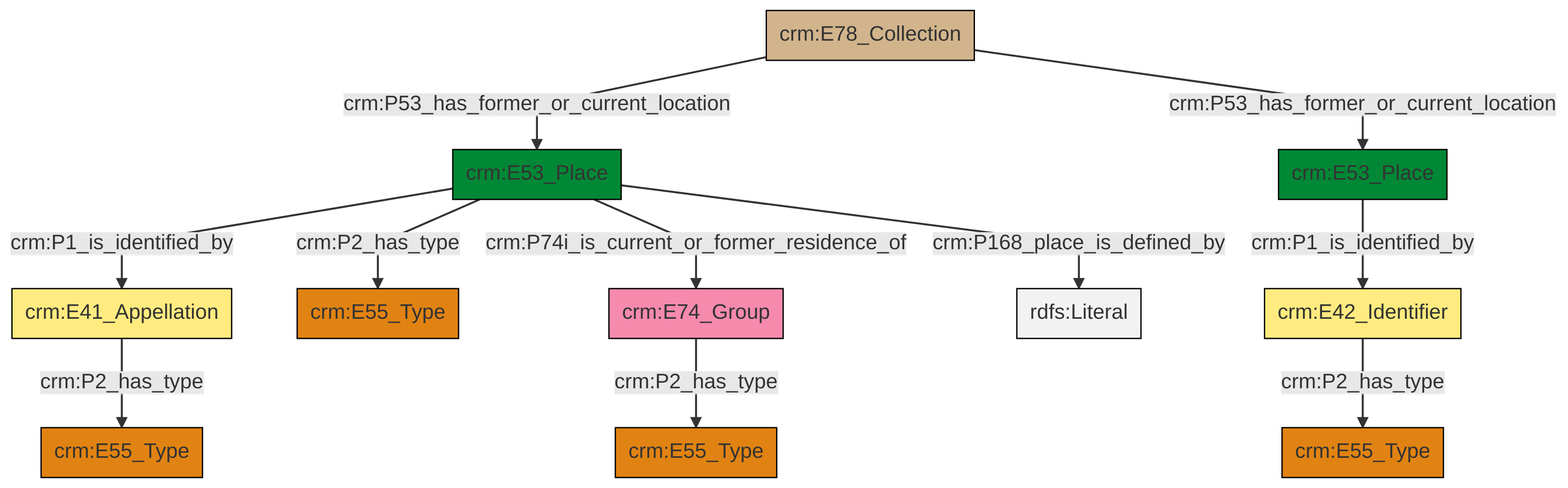
This is et/archivalCSV/ttl/mmd/png/archival_location.png from swiss-art-research-net/docs.swissartresearch, a Mermaid export, as it was before one commit. Its source is kept beside it as et/archivalCSV/ttl/mmd/archival_location.ttl.mmd.
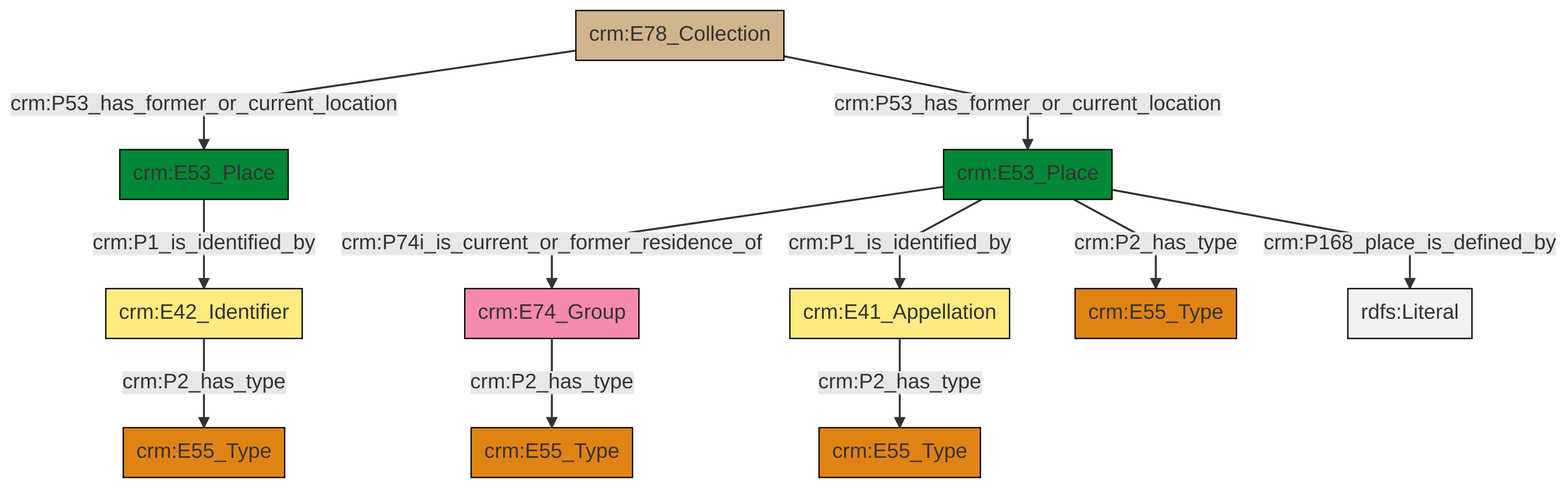
Above is the later version.

What changed in the source:
```diff
@@ -13,13 +13,13 @@
 classDef PC_Classes fill:#4ce600, stroke:#000000;
 classDef Multi fill:#cccccc,stroke:#000000;
 
-0["crm:E53_Place"]:::Place -->|crm:P1_is_identified_by| 1["crm:E42_Identifier"]:::Appellation
-8["crm:E74_Group"]:::Actor -->|crm:P2_has_type| 5["crm:E55_Type"]:::Type
-9["crm:E53_Place"]:::Place -->|crm:P168_place_is_defined_by| 10[rdfs:Literal]:::Literal
-11["crm:E78_Collection"]:::Physical_Thing -->|crm:P53_has_former_or_current_location| 9["crm:E53_Place"]:::Place
-9["crm:E53_Place"]:::Place -->|crm:P2_has_type| 2["crm:E55_Type"]:::Type
-9["crm:E53_Place"]:::Place -->|crm:P1_is_identified_by| 16["crm:E41_Appellation"]:::Appellation
-11["crm:E78_Collection"]:::Physical_Thing -->|crm:P53_has_former_or_current_location| 0["crm:E53_Place"]:::Place
-9["crm:E53_Place"]:::Place -->|crm:P74i_is_current_or_former_residence_of| 8["crm:E74_Group"]:::Actor
-16["crm:E41_Appellation"]:::Appellation -->|crm:P2_has_type| 17["crm:E55_Type"]:::Type
-1["crm:E42_Identifier"]:::Appellation -->|crm:P2_has_type| 12["crm:E55_Type"]:::Type
+2["crm:E41_Appellation"]:::Appellation -->|crm:P2_has_type| 3["crm:E55_Type"]:::Type
+4["crm:E42_Identifier"]:::Appellation -->|crm:P2_has_type| 0["crm:E55_Type"]:::Type
+5["crm:E78_Collection"]:::Physical_Thing -->|crm:P53_has_former_or_current_location| 6["crm:E53_Place"]:::Place
+7["crm:E53_Place"]:::Place -->|crm:P74i_is_current_or_former_residence_of| 8["crm:E74_Group"]:::Actor
+8["crm:E74_Group"]:::Actor -->|crm:P2_has_type| 9["crm:E55_Type"]:::Type
+7["crm:E53_Place"]:::Place -->|crm:P2_has_type| 14["crm:E55_Type"]:::Type
+6["crm:E53_Place"]:::Place -->|crm:P1_is_identified_by| 4["crm:E42_Identifier"]:::Appellation
+5["crm:E78_Collection"]:::Physical_Thing -->|crm:P53_has_former_or_current_location| 7["crm:E53_Place"]:::Place
+7["crm:E53_Place"]:::Place -->|crm:P168_place_is_defined_by| 20[rdfs:Literal]:::Literal
+7["crm:E53_Place"]:::Place -->|crm:P1_is_identified_by| 2["crm:E41_Appellation"]:::Appellation
```
